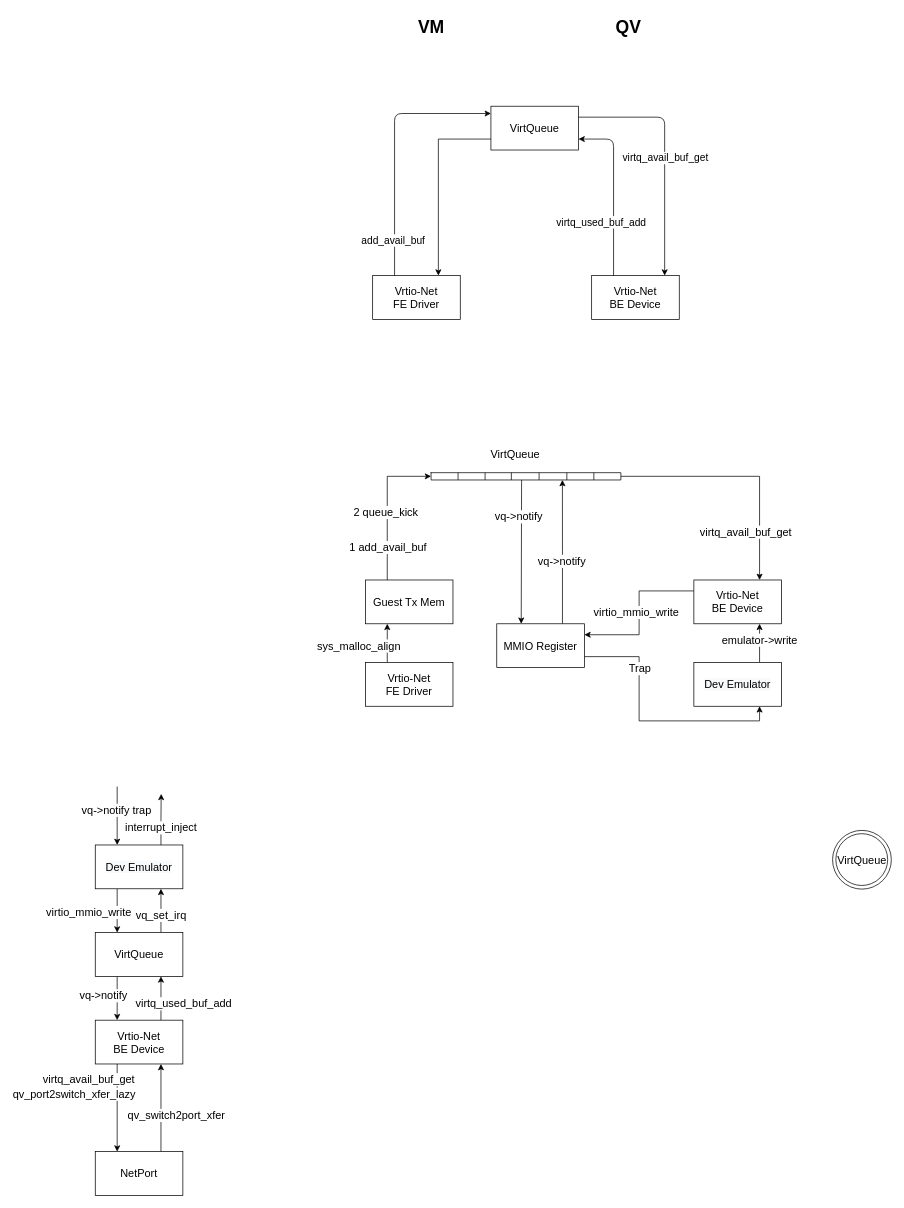
Earlier version of the draw.io diagram page "第 3 页" (3 of 6) of virtio-net.drawio (SongXiaoLongg/DrawIO). Source tidied: cells renumbered, new cells numbered last; positions are measured from the earlier drawing's top-left corner, leaving out a move shared by most shapes. Both pictures are drawn from the tidied source at 73%, with x=0, y=0 at pixel (95, 12).
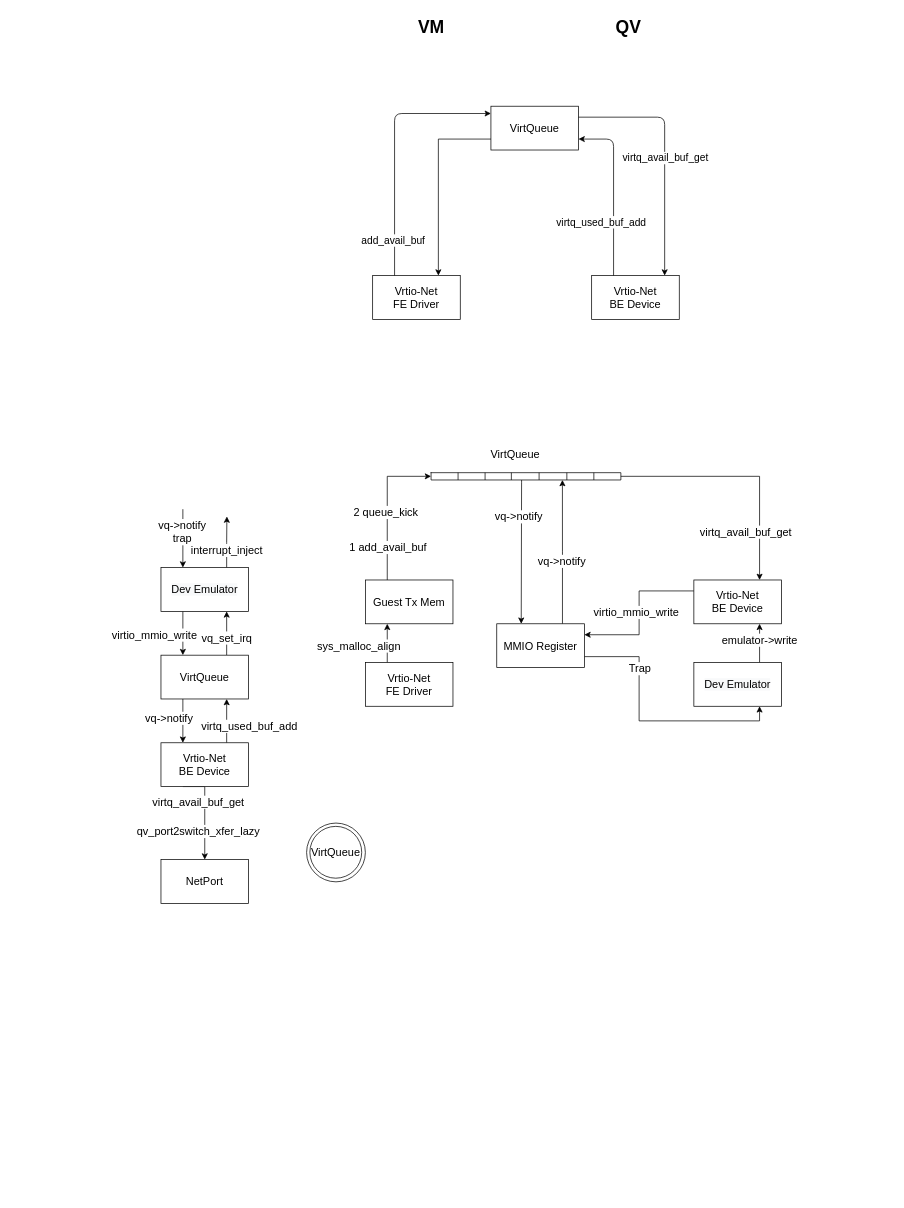
The same page after the edit.

Diff of the diagram source:
```diff
@@
     <mxCell id="17" style="group;" parent="1" vertex="1">
-      <mxGeometry x="1010" y="1120" width="80.5" height="80.5" as="geometry" />
+      <mxGeometry x="289.5" y="1110" width="80.5" height="80.5" as="geometry" />
     </mxCell>
@@
     <mxCell id="49" style="edgeStyle=orthogonalEdgeStyle;rounded=0;jettySize=auto;html=1;exitX=0.25;exitY=1;exitDx=0;exitDy=0;entryX=0.25;entryY=0;entryDx=0;entryDy=0;fontSize=15;" parent="1" edge="1" source="53">
       <mxGeometry relative="1" as="geometry">
-        <mxPoint x="30" y="1380" as="targetPoint" />
+        <mxPoint x="120" y="1000" as="targetPoint" />
       </mxGeometry>
     </mxCell>
@@
     <mxCell id="53" value="VirtQueue" style="rounded=0;whiteSpace=wrap;html=1;fontSize=15;" parent="1" vertex="1">
-      <mxGeometry y="1260" width="120" height="60" as="geometry" />
+      <mxGeometry x="90" y="880" width="120" height="60" as="geometry" />
     </mxCell>
@@
     <mxCell id="56" style="edgeStyle=orthogonalEdgeStyle;rounded=0;jettySize=auto;html=1;exitX=0.75;exitY=0;exitDx=0;exitDy=0;fontSize=15;" parent="1" edge="1" source="58">
       <mxGeometry relative="1" as="geometry">
-        <mxPoint x="90.3" y="1070" as="targetPoint" />
+        <mxPoint x="180.3" y="690" as="targetPoint" />
       </mxGeometry>
     </mxCell>
@@
     <mxCell id="58" value="&lt;span style=&quot;background-color: rgb(248, 249, 250);&quot;&gt;Dev Emulator&lt;/span&gt;" style="rounded=0;whiteSpace=wrap;html=1;fontSize=15;" parent="1" vertex="1">
-      <mxGeometry y="1140" width="120" height="60" as="geometry" />
+      <mxGeometry x="90" y="760" width="120" height="60" as="geometry" />
     </mxCell>
     <mxCell id="59" style="endArrow=classic;html=1;rounded=0;fontSize=15;entryX=0.25;entryY=0;entryDx=0;entryDy=0;" parent="1" edge="1" target="58">
       <mxGeometry relative="1" as="geometry">
-        <mxPoint x="30" y="1060" as="sourcePoint" />
+        <mxPoint x="120" y="680" as="sourcePoint" />
       </mxGeometry>
     </mxCell>
-    <mxCell id="60" value="vq-&amp;gt;notify trap" style="edgeLabel;html=1;align=center;verticalAlign=middle;fontSize=15;" parent="59" vertex="1">
-      <mxGeometry x="-0.22" y="-2" relative="1" as="geometry" />
+    <mxCell id="60" value="vq-&amp;gt;notify &lt;br&gt;trap" style="edgeLabel;html=1;align=center;verticalAlign=middle;fontSize=15;" parent="59" vertex="1">
+      <mxGeometry x="-0.22" y="-2" relative="1" as="geometry">
+        <mxPoint y="-1" as="offset" />
+      </mxGeometry>
     </mxCell>
-    <mxCell id="61" style="edgeStyle=orthogonalEdgeStyle;rounded=0;jettySize=auto;html=1;exitX=0.25;exitY=1;exitDx=0;exitDy=0;entryX=0.25;entryY=0;entryDx=0;entryDy=0;fontSize=15;" parent="1" edge="1" source="66" target="69">
-      <mxGeometry relative="1" as="geometry" />
+    <mxCell id="61" style="edgeStyle=orthogonalEdgeStyle;rounded=0;jettySize=auto;html=1;exitX=0.25;exitY=1;exitDx=0;exitDy=0;fontSize=15;" parent="1" edge="1" source="66">
+      <mxGeometry relative="1" as="geometry">
+        <mxPoint x="150" y="1160" as="targetPoint" />
+        <Array as="points">
+          <mxPoint x="150" y="1060" />
+        </Array>
+      </mxGeometry>
     </mxCell>
     <mxCell id="62" value="qv_port2switch_xfer_lazy" style="edgeLabel;html=1;align=center;verticalAlign=middle;fontSize=15;" parent="61" vertex="1">
       <mxGeometry x="-0.17" y="-1" relative="1" as="geometry">
-        <mxPoint x="-59" y="-10" as="offset" />
+        <mxPoint x="-9" y="36" as="offset" />
       </mxGeometry>
     </mxCell>
     <mxCell id="63" value="virtq_avail_buf_get" style="edgeLabel;html=1;align=center;verticalAlign=middle;fontSize=15;" parent="61" vertex="1">
       <mxGeometry x="-0.4" relative="1" as="geometry">
-        <mxPoint x="-40" y="-16" as="offset" />
+        <mxPoint x="-10" y="11" as="offset" />
       </mxGeometry>
     </mxCell>
@@
     <mxCell id="66" value="Vrtio-Net&lt;br&gt;BE Device" style="rounded=0;whiteSpace=wrap;html=1;fontSize=15;" parent="1" vertex="1">
-      <mxGeometry y="1380" width="120" height="60" as="geometry" />
+      <mxGeometry x="90" y="1000" width="120" height="60" as="geometry" />
     </mxCell>
-    <mxCell id="67" style="edgeStyle=orthogonalEdgeStyle;rounded=0;jettySize=auto;html=1;exitX=0.75;exitY=0;exitDx=0;exitDy=0;entryX=0.75;entryY=1;entryDx=0;entryDy=0;fontSize=15;" parent="1" edge="1" source="69" target="66">
-      <mxGeometry relative="1" as="geometry" />
-    </mxCell>
-    <mxCell id="68" value="qv_switch2port_xfer" style="edgeLabel;html=1;align=center;verticalAlign=middle;fontSize=15;" parent="67" vertex="1">
-      <mxGeometry x="-0.42" y="1" relative="1" as="geometry">
-        <mxPoint x="21" y="-16" as="offset" />
-      </mxGeometry>
-    </mxCell>
     <mxCell id="69" value="NetPort" style="rounded=0;whiteSpace=wrap;html=1;fontSize=15;" parent="1" vertex="1">
-      <mxGeometry y="1560" width="120" height="60" as="geometry" />
+      <mxGeometry x="90" y="1160" width="120" height="60" as="geometry" />
     </mxCell>
```
